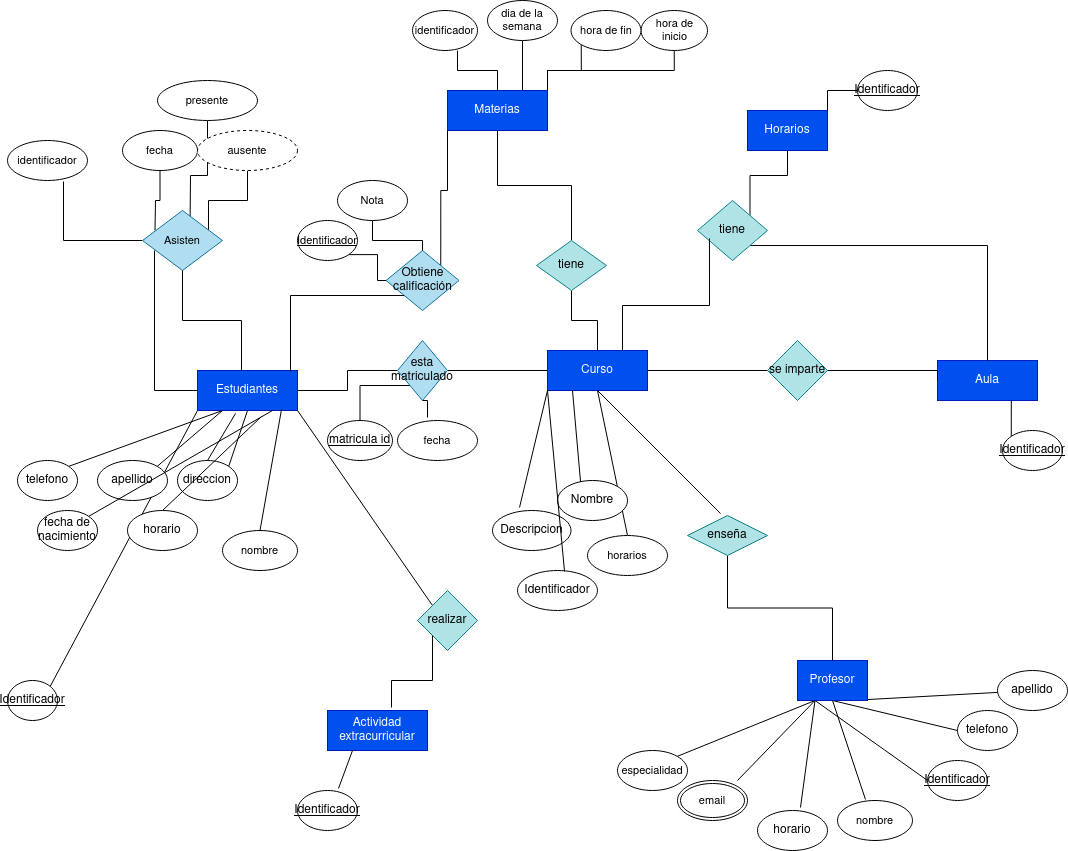
The draw.io diagram Unidad-1/Tareas/Tareas entregables - Tarea 1/Tarea entregable - 1.drawio.png in CRhernandez1/base-datos, before a commit. Source tidied: cells renumbered, new cells last; positions are measured from the earlier drawing's top-left corner, leaving out a move shared by most shapes.
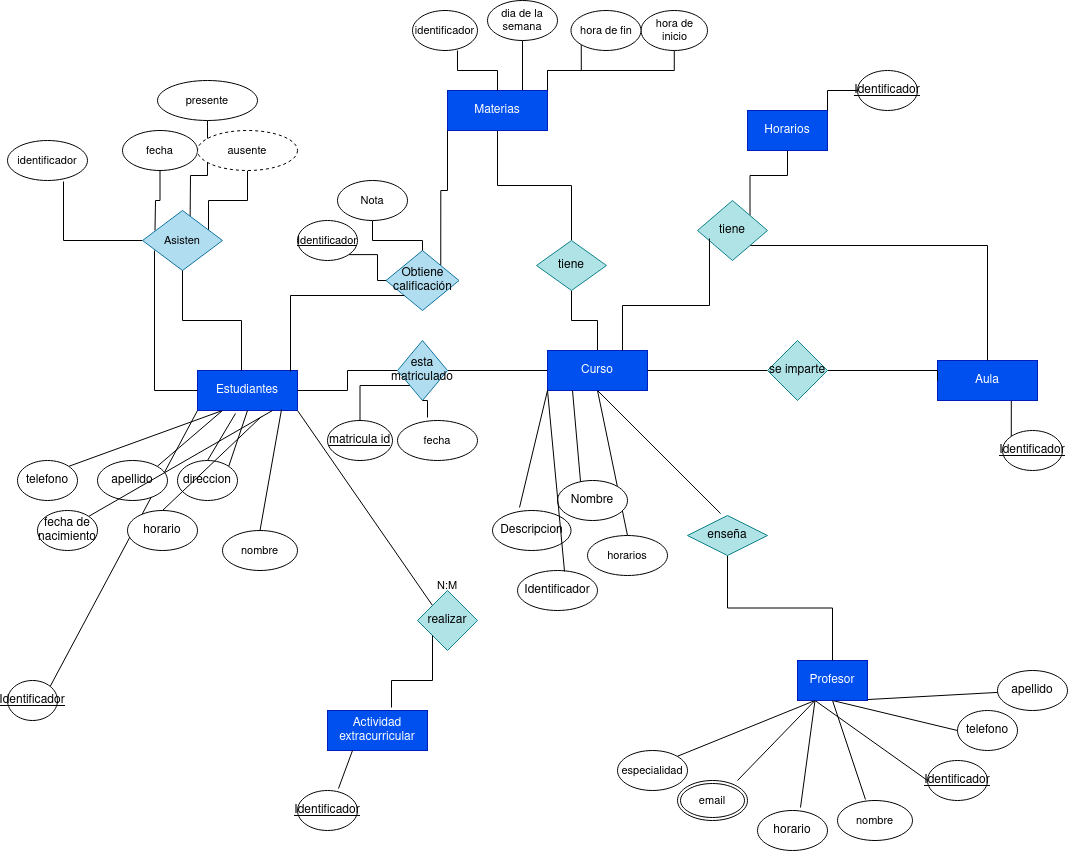
Later version of the same file.

What changed in the source:
```diff
@@ -314,5 +314,8 @@
     <mxCell id="100" style="edgeStyle=orthogonalEdgeStyle;shape=connector;rounded=0;jettySize=auto;html=1;exitX=0.5;exitY=1;exitDx=0;exitDy=0;entryX=0.44;entryY=0;entryDx=0;entryDy=0;entryPerimeter=0;labelBackgroundColor=default;strokeColor=default;align=center;verticalAlign=middle;fontFamily=Helvetica;fontSize=11;fontColor=default;endArrow=none;endFill=0;" parent="1" edge="1" source="98" target="9">
       <mxGeometry relative="1" as="geometry" />
     </mxCell>
+    <mxCell id="101" value="N:M" style="text;strokeColor=none;align=center;fillColor=none;html=1;verticalAlign=middle;whiteSpace=wrap;rounded=0;fontSize=11;fontFamily=Helvetica;fontColor=default;" parent="1" vertex="1">
+      <mxGeometry x="410" y="570" width="60" height="30" as="geometry" />
+    </mxCell>
   </root>
 </mxGraphModel>
```
